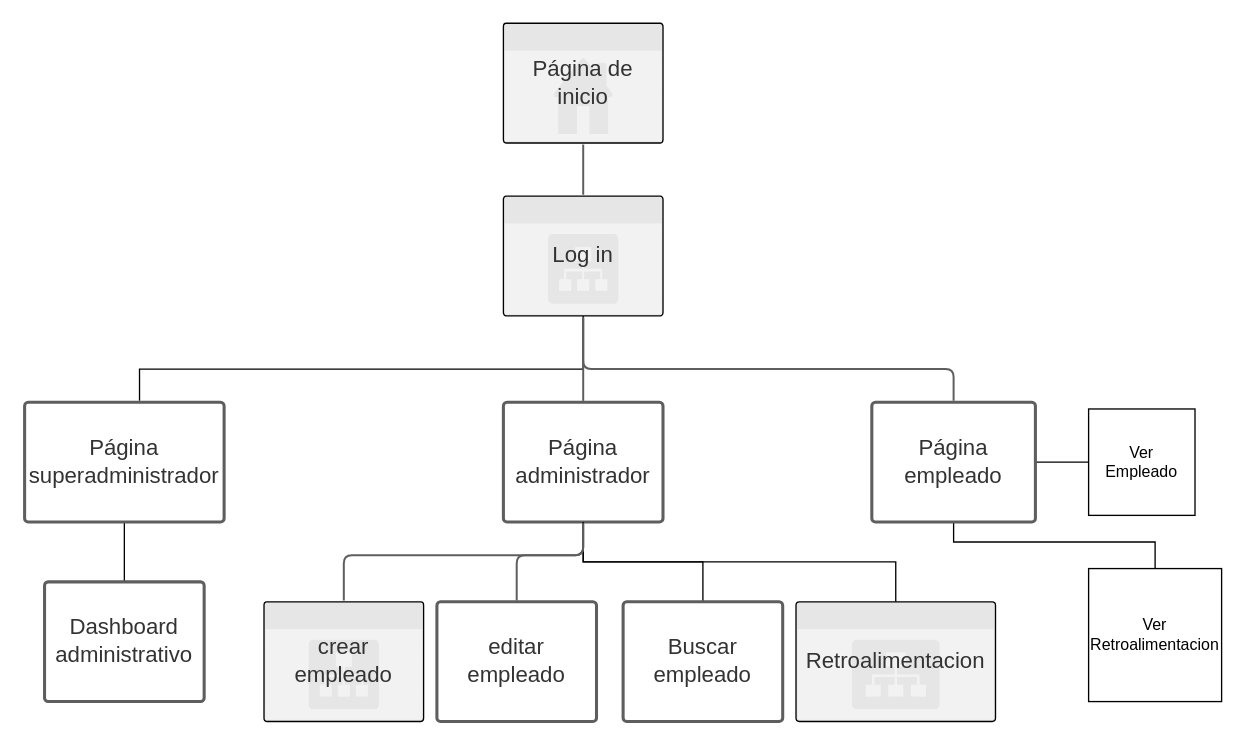
Before: Untitled Diagram.drawio in ed1122/Pruebas, a draw.io diagram. Source tidied: cells renumbered, new cells numbered last; positions are measured from the earlier drawing's top-left corner, leaving out a move shared by most shapes. Both pictures are drawn from the tidied source at 133%, with x=0, y=0 at pixel (24, 23).
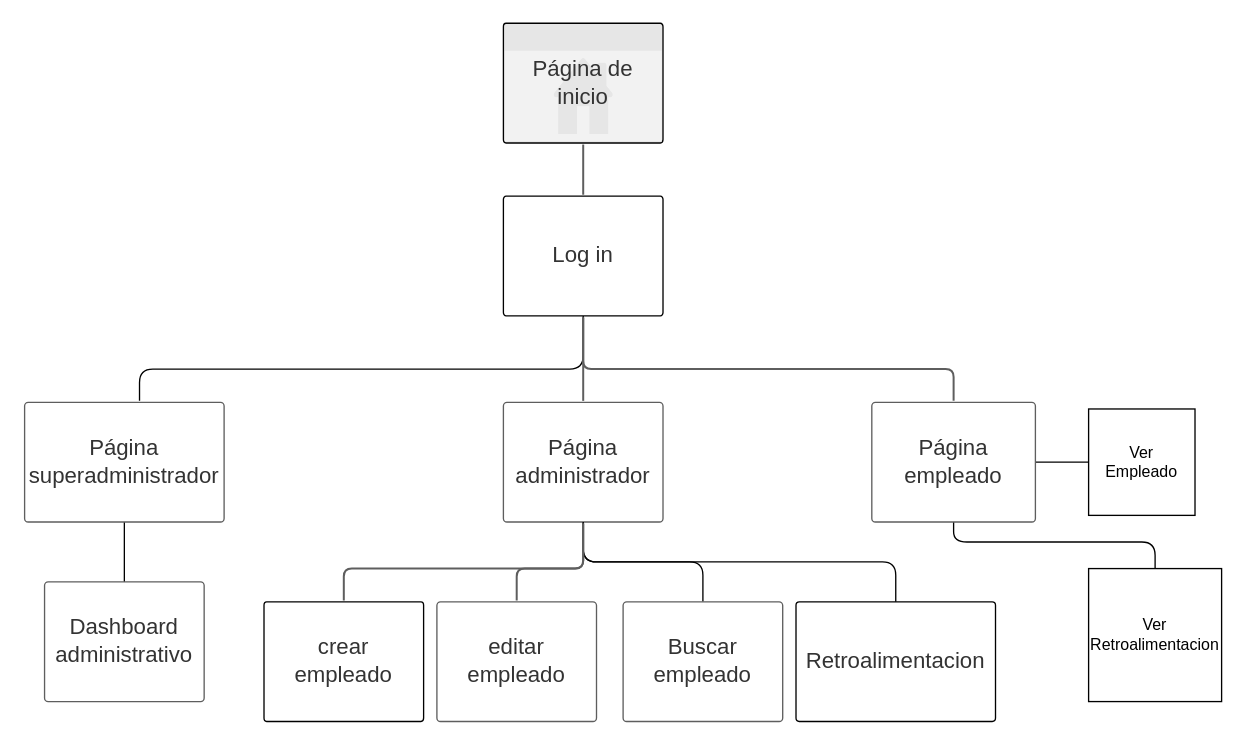
Above is the later version.

The change refers to these unchanged cells:
```xml
<mxCell id="24" value="Ver Retroalimentacion" style="whiteSpace=wrap;html=1;strokeWidth=1;" parent="1" vertex="1">
  <mxGeometry x="800" y="410" width="100" height="100" as="geometry" />
</mxCell>
```

Diff of the diagram source:
```diff
@@
-    <mxCell id="2" style="edgeStyle=orthogonalEdgeStyle;rounded=0;jettySize=auto;html=1;entryX=0.576;entryY=-0.013;entryDx=0;entryDy=0;entryPerimeter=0;endArrow=none;endFill=0;" parent="1" edge="1" source="3" target="5">
+    <mxCell id="2" style="edgeStyle=orthogonalEdgeStyle;rounded=1;jettySize=auto;html=1;entryX=0.576;entryY=-0.013;entryDx=0;entryDy=0;entryPerimeter=0;endArrow=none;endFill=0;" parent="1" edge="1" source="3" target="5">
       <mxGeometry relative="1" as="geometry">
         <Array as="points">
           <mxPoint x="420" y="260" />
           <mxPoint x="86" y="260" />
         </Array>
       </mxGeometry>
     </mxCell>
-    <mxCell id="3" value="Log in" style="html=1;overflow=block;blockSpacing=1;whiteSpace=wrap;shape=mxgraph.sitemap.sitemap;strokeColor=#000000;fillColor=#E6E6E6;whiteSpace=wrap;fontSize=16.7;fontColor=#333333;align=center;spacing=3.8;strokeOpacity=100;rounded=1;absoluteArcSize=1;arcSize=9;strokeWidth=1;" parent="1" vertex="1">
+    <mxCell id="3" value="Log in" style="html=1;overflow=block;blockSpacing=1;whiteSpace=wrap;shape=mxgraph.sitemap.sitemap;strokeColor=#000000;fillColor=none;whiteSpace=wrap;fontSize=16.7;fontColor=#333333;align=center;spacing=3.8;strokeOpacity=100;rounded=1;absoluteArcSize=1;arcSize=9;strokeWidth=1;" parent="1" vertex="1">
       <mxGeometry x="360" y="130" width="120" height="90" as="geometry" />
     </mxCell>
@@
-    <mxCell id="5" value="Página superadministrador" style="html=1;overflow=block;blockSpacing=1;whiteSpace=wrap;rounded=1;arcSize=3;strokeColor=#5e5e5e;strokeOpacity=100;strokeWidth=2.3;whiteSpace=wrap;fontSize=16.7;fontColor=#333333;align=center;spacing=3.8;whiteSpace=wrap;" parent="1" vertex="1">
+    <mxCell id="5" value="Página superadministrador" style="html=1;overflow=block;blockSpacing=1;whiteSpace=wrap;rounded=1;arcSize=3;strokeColor=#5e5e5e;strokeOpacity=100;strokeWidth=1;whiteSpace=wrap;fontSize=16.7;fontColor=#333333;align=center;spacing=3.8;whiteSpace=wrap;" parent="1" vertex="1">
       <mxGeometry y="285" width="150" height="90" as="geometry" />
     </mxCell>
-    <mxCell id="6" style="edgeStyle=orthogonalEdgeStyle;rounded=0;jettySize=auto;html=1;entryX=0.5;entryY=0;entryDx=0;entryDy=0;endArrow=none;endFill=0;" parent="1" edge="1" source="7" target="18">
+    <mxCell id="6" style="edgeStyle=orthogonalEdgeStyle;rounded=1;jettySize=auto;html=1;entryX=0.5;entryY=0;entryDx=0;entryDy=0;endArrow=none;endFill=0;" parent="1" edge="1" source="7" target="18">
       <mxGeometry relative="1" as="geometry" />
     </mxCell>
-    <mxCell id="7" value="Página administrador" style="html=1;overflow=block;blockSpacing=1;whiteSpace=wrap;rounded=1;arcSize=3;strokeColor=#5e5e5e;strokeOpacity=100;strokeWidth=2.3;whiteSpace=wrap;fontSize=16.7;fontColor=#333333;align=center;spacing=3.8;whiteSpace=wrap;" parent="1" vertex="1">
+    <mxCell id="7" value="Página administrador" style="html=1;overflow=block;blockSpacing=1;whiteSpace=wrap;rounded=1;arcSize=3;strokeColor=#5e5e5e;strokeOpacity=100;strokeWidth=1;whiteSpace=wrap;fontSize=16.7;fontColor=#333333;align=center;spacing=3.8;whiteSpace=wrap;" parent="1" vertex="1">
       <mxGeometry x="360" y="285" width="120" height="90" as="geometry" />
     </mxCell>
@@
-    <mxCell id="9" style="edgeStyle=orthogonalEdgeStyle;rounded=0;jettySize=auto;html=1;entryX=0.5;entryY=0;entryDx=0;entryDy=0;entryPerimeter=0;endArrow=none;endFill=0;exitX=0.5;exitY=1;exitDx=0;exitDy=0;" parent="1" edge="1" source="7" target="21">
+    <mxCell id="9" style="edgeStyle=orthogonalEdgeStyle;rounded=1;jettySize=auto;html=1;entryX=0.5;entryY=0;entryDx=0;entryDy=0;entryPerimeter=0;endArrow=none;endFill=0;exitX=0.5;exitY=1;exitDx=0;exitDy=0;" parent="1" edge="1" source="7" target="21">
       <mxGeometry relative="1" as="geometry" />
     </mxCell>
@@
-    <mxCell id="11" style="edgeStyle=orthogonalEdgeStyle;rounded=0;jettySize=auto;html=1;entryX=0.5;entryY=0;entryDx=0;entryDy=0;endArrow=none;endFill=0;" parent="1" edge="1" source="12" target="24">
+    <mxCell id="11" style="edgeStyle=orthogonalEdgeStyle;rounded=1;jettySize=auto;html=1;entryX=0.5;entryY=0;entryDx=0;entryDy=0;endArrow=none;endFill=0;" parent="1" edge="1" source="12" target="24">
       <mxGeometry relative="1" as="geometry">
         <Array as="points">
           <mxPoint x="699" y="390" />
           <mxPoint x="850" y="390" />
         </Array>
       </mxGeometry>
     </mxCell>
-    <mxCell id="12" value="Página empleado" style="html=1;overflow=block;blockSpacing=1;whiteSpace=wrap;rounded=1;arcSize=3;strokeColor=#5e5e5e;strokeOpacity=100;strokeWidth=2.3;whiteSpace=wrap;fontSize=16.7;fontColor=#333333;align=center;spacing=3.8;whiteSpace=wrap;" parent="1" vertex="1">
+    <mxCell id="12" value="Página empleado" style="html=1;overflow=block;blockSpacing=1;whiteSpace=wrap;rounded=1;arcSize=3;strokeColor=#5e5e5e;strokeOpacity=100;strokeWidth=1;whiteSpace=wrap;fontSize=16.7;fontColor=#333333;align=center;spacing=3.8;whiteSpace=wrap;" parent="1" vertex="1">
       <mxGeometry x="637" y="285" width="123" height="90" as="geometry" />
     </mxCell>
@@
     <mxCell id="14" style="html=1;jettySize=18;whiteSpace=wrap;fontSize=13;strokeColor=#5E5E5E;strokeWidth=1.5;rounded=1;arcSize=12;edgeStyle=orthogonalEdgeStyle;startArrow=none;endArrow=none;exitX=0.5;exitY=1.013;exitPerimeter=0;entryX=0.5;entryY=-0.012;entryPerimeter=0;" parent="1" edge="1" source="7" target="15">
       <mxGeometry relative="1" as="geometry">
         <Array as="points">
-          <mxPoint x="420" y="400" />
-          <mxPoint x="240" y="400" />
+          <mxPoint x="420" y="410" />
+          <mxPoint x="240" y="410" />
         </Array>
       </mxGeometry>
     </mxCell>
-    <mxCell id="15" value="crear empleado" style="html=1;overflow=block;blockSpacing=1;whiteSpace=wrap;shape=mxgraph.sitemap.sitemap;strokeColor=#000000;fillColor=#E6E6E6;whiteSpace=wrap;fontSize=16.7;fontColor=#333333;align=center;spacing=3.8;strokeOpacity=100;rounded=1;absoluteArcSize=1;arcSize=9;strokeWidth=1;" parent="1" vertex="1">
+    <mxCell id="15" value="crear empleado" style="html=1;overflow=block;blockSpacing=1;whiteSpace=wrap;shape=mxgraph.sitemap.sitemap;strokeColor=#000000;fillColor=none;whiteSpace=wrap;fontSize=16.7;fontColor=#333333;align=center;spacing=3.8;strokeOpacity=100;rounded=1;absoluteArcSize=1;arcSize=9;strokeWidth=1;shadow=0;sketch=0;" parent="1" vertex="1">
       <mxGeometry x="180" y="435" width="120" height="90" as="geometry" />
     </mxCell>
-    <mxCell id="16" value="editar empleado" style="html=1;overflow=block;blockSpacing=1;whiteSpace=wrap;rounded=1;arcSize=3;strokeColor=#5e5e5e;strokeOpacity=100;strokeWidth=2.3;whiteSpace=wrap;fontSize=16.7;fontColor=#333333;align=center;spacing=3.8;whiteSpace=wrap;" parent="1" vertex="1">
+    <mxCell id="16" value="editar empleado" style="html=1;overflow=block;blockSpacing=1;whiteSpace=wrap;rounded=1;arcSize=3;strokeColor=#5e5e5e;strokeOpacity=100;strokeWidth=1;whiteSpace=wrap;fontSize=16.7;fontColor=#333333;align=center;spacing=3.8;whiteSpace=wrap;" parent="1" vertex="1">
       <mxGeometry x="310" y="435" width="120" height="90" as="geometry" />
     </mxCell>
     <mxCell id="17" style="html=1;jettySize=18;whiteSpace=wrap;fontSize=13;strokeColor=#5E5E5E;strokeWidth=1.5;rounded=1;arcSize=12;edgeStyle=orthogonalEdgeStyle;startArrow=none;endArrow=none;exitX=0.5;exitY=1.013;exitPerimeter=0;entryX=0.5;entryY=-0.012;entryPerimeter=0;" parent="1" edge="1" source="7" target="16">
       <mxGeometry relative="1" as="geometry">
         <Array as="points">
-          <mxPoint x="420" y="400" />
-          <mxPoint x="370" y="400" />
+          <mxPoint x="420" y="410" />
+          <mxPoint x="370" y="410" />
         </Array>
       </mxGeometry>
     </mxCell>
-    <mxCell id="18" value="Buscar empleado" style="html=1;overflow=block;blockSpacing=1;whiteSpace=wrap;rounded=1;arcSize=3;strokeColor=#5e5e5e;strokeOpacity=100;strokeWidth=2.3;whiteSpace=wrap;fontSize=16.7;fontColor=#333333;align=center;spacing=3.8;whiteSpace=wrap;" parent="1" vertex="1">
+    <mxCell id="18" value="Buscar empleado" style="html=1;overflow=block;blockSpacing=1;whiteSpace=wrap;rounded=1;arcSize=3;strokeColor=#5e5e5e;strokeOpacity=100;strokeWidth=1;whiteSpace=wrap;fontSize=16.7;fontColor=#333333;align=center;spacing=3.8;whiteSpace=wrap;" parent="1" vertex="1">
       <mxGeometry x="450" y="435" width="120" height="90" as="geometry" />
     </mxCell>
@@
-    <mxCell id="21" value="Retroalimentacion" style="html=1;overflow=block;blockSpacing=1;whiteSpace=wrap;shape=mxgraph.sitemap.sitemap;strokeColor=#000000;fillColor=#E6E6E6;whiteSpace=wrap;fontSize=16.7;fontColor=#333333;align=center;spacing=3.8;strokeOpacity=100;rounded=1;absoluteArcSize=1;arcSize=9;strokeWidth=1;" parent="1" vertex="1">
+    <mxCell id="21" value="Retroalimentacion" style="html=1;overflow=block;blockSpacing=1;whiteSpace=wrap;shape=mxgraph.sitemap.sitemap;strokeColor=#000000;fillColor=none;whiteSpace=wrap;fontSize=16.7;fontColor=#333333;align=center;spacing=3.8;strokeOpacity=100;rounded=1;absoluteArcSize=1;arcSize=9;strokeWidth=1;" parent="1" vertex="1">
       <mxGeometry x="580" y="435" width="150" height="90" as="geometry" />
     </mxCell>
-    <mxCell id="22" value="Dashboard administrativo" style="html=1;overflow=block;blockSpacing=1;whiteSpace=wrap;rounded=1;arcSize=3;strokeColor=#5e5e5e;strokeOpacity=100;strokeWidth=2.3;whiteSpace=wrap;fontSize=16.7;fontColor=#333333;align=center;spacing=3.8;whiteSpace=wrap;" parent="1" vertex="1">
+    <mxCell id="22" value="Dashboard administrativo" style="html=1;overflow=block;blockSpacing=1;whiteSpace=wrap;rounded=1;arcSize=3;strokeColor=#5e5e5e;strokeOpacity=100;strokeWidth=1;whiteSpace=wrap;fontSize=16.7;fontColor=#333333;align=center;spacing=3.8;whiteSpace=wrap;" parent="1" vertex="1">
       <mxGeometry x="15" y="420" width="120" height="90" as="geometry" />
     </mxCell>
```
